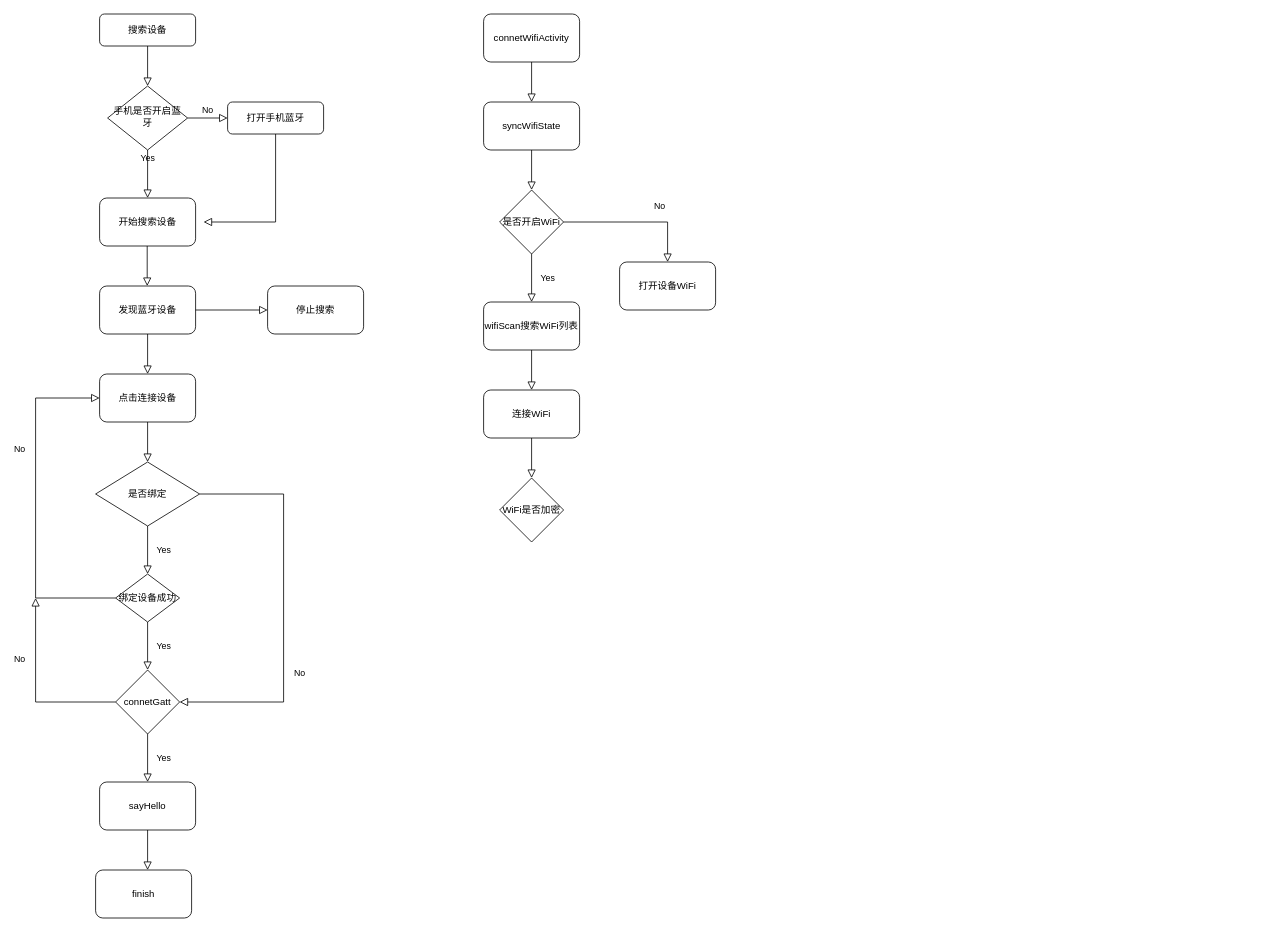
This is SR302,101物联流程图.drawio from luomingstar/test, a draw.io file, before an edit. Source tidied: cells renumbered, new cells numbered last; positions are measured from the earlier drawing's top-left corner, leaving out a move shared by most shapes. Both pictures are drawn from the tidied source at 80%, with x=0, y=0 at pixel (35, 14).
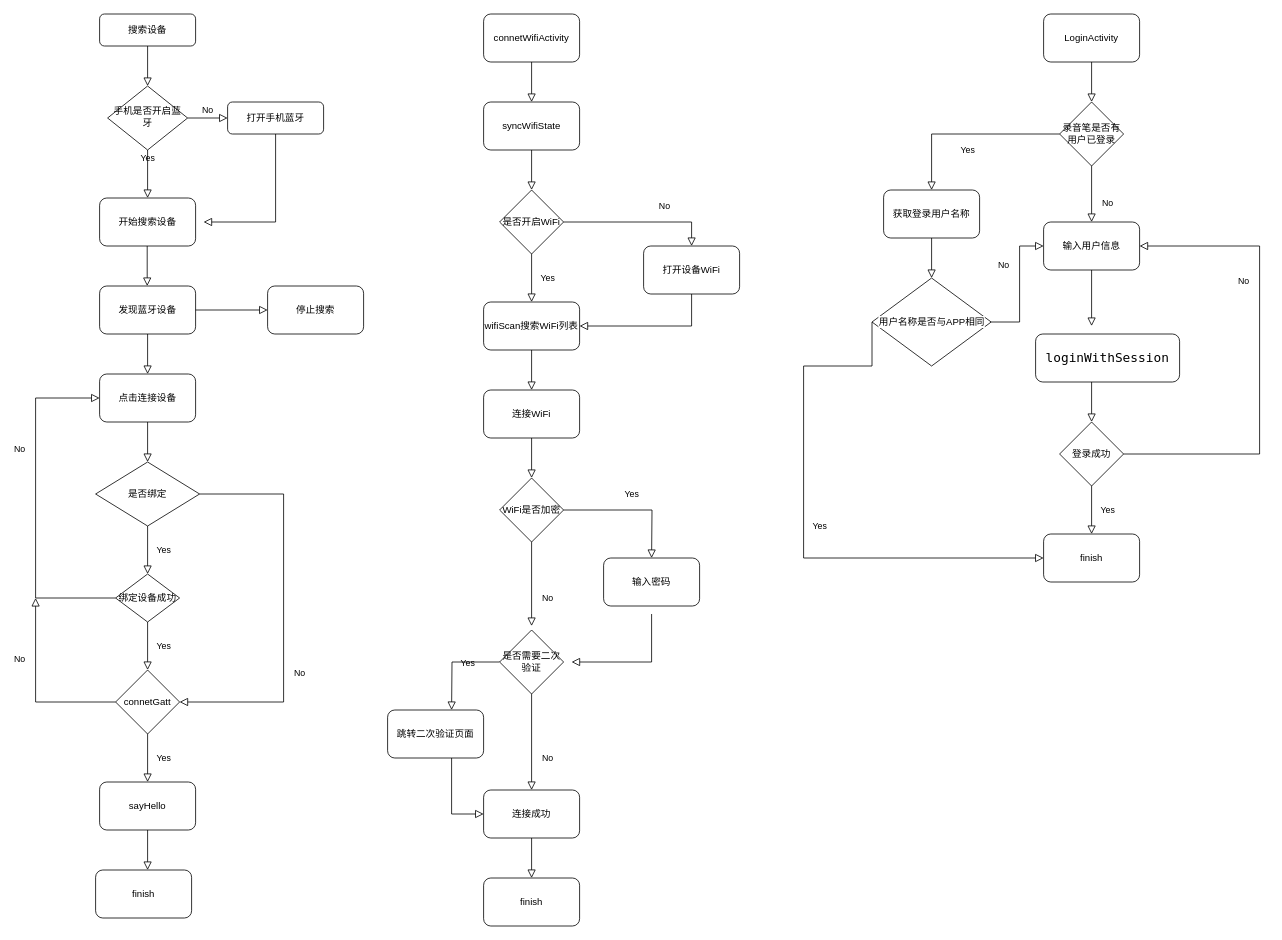
After the change.

Commit message:
更新SR302,101物联流程图.drawio

The change refers to these unchanged cells:
```xml
<mxCell id="37" value="wifiScan搜索WiFi列表" style="rounded=1;whiteSpace=wrap;html=1;" parent="1" vertex="1">
  <mxGeometry x="560" y="360" width="120" height="60" as="geometry" />
</mxCell>
<mxCell id="41" value="WiFi是否加密" style="rhombus;whiteSpace=wrap;html=1;" parent="1" vertex="1">
  <mxGeometry x="580" y="580" width="80" height="80" as="geometry" />
</mxCell>
```

Change to the diagram source:
```diff
@@
     <mxCell id="36" value="打开设备WiFi" style="rounded=1;whiteSpace=wrap;html=1;" parent="1" vertex="1">
-      <mxGeometry x="730" y="310" width="120" height="60" as="geometry" />
+      <mxGeometry x="760" y="290" width="120" height="60" as="geometry" />
     </mxCell>
@@
+    <mxCell id="42" style="rounded=0;html=1;jettySize=auto;fontSize=11;endArrow=block;endFill=0;endSize=8;strokeWidth=1;shadow=0;labelBackgroundColor=none;edgeStyle=orthogonalEdgeStyle;entryX=1;entryY=0.5;entryDx=0;entryDy=0;exitX=0.5;exitY=1;exitDx=0;exitDy=0;exitPerimeter=0;" parent="1" edge="1" source="36" target="37">
+      <mxGeometry relative="1" as="geometry">
+        <Array as="points">
+          <mxPoint x="820" y="390" />
+        </Array>
+      </mxGeometry>
+    </mxCell>
+    <mxCell id="43" value="Yes" style="rounded=0;html=1;jettySize=auto;fontSize=11;endArrow=block;endFill=0;endSize=8;strokeWidth=1;shadow=0;labelBackgroundColor=none;edgeStyle=orthogonalEdgeStyle;exitX=1;exitY=0.5;exitDx=0;exitDy=0;" parent="1" edge="1" source="41">
+      <mxGeometry y="20" relative="1" as="geometry">
+        <mxPoint x="770" y="680" as="targetPoint" />
+      </mxGeometry>
+    </mxCell>
+    <mxCell id="44" value="No" style="rounded=0;html=1;jettySize=auto;orthogonalLoop=1;fontSize=11;endArrow=block;endFill=0;endSize=8;strokeWidth=1;shadow=0;labelBackgroundColor=none;edgeStyle=orthogonalEdgeStyle;" parent="1" edge="1">
+      <mxGeometry x="0.33" y="20" relative="1" as="geometry">
+        <mxPoint x="620" y="660" as="sourcePoint" />
+        <mxPoint x="620" y="765" as="targetPoint" />
+      </mxGeometry>
+    </mxCell>
+    <mxCell id="45" value="输入密码" style="rounded=1;whiteSpace=wrap;html=1;" parent="1" vertex="1">
+      <mxGeometry x="710" y="680" width="120" height="60" as="geometry" />
+    </mxCell>
+    <mxCell id="46" value="是否需要二次验证" style="rhombus;whiteSpace=wrap;html=1;" parent="1" vertex="1">
+      <mxGeometry x="580" y="770" width="80" height="80" as="geometry" />
+    </mxCell>
+    <mxCell id="47" style="rounded=0;html=1;jettySize=auto;orthogonalLoop=1;fontSize=11;endArrow=block;endFill=0;endSize=8;strokeWidth=1;shadow=0;labelBackgroundColor=none;edgeStyle=orthogonalEdgeStyle;" parent="1" edge="1">
+      <mxGeometry relative="1" as="geometry">
+        <mxPoint x="770" y="750" as="sourcePoint" />
+        <mxPoint x="670" y="810" as="targetPoint" />
+        <Array as="points">
+          <mxPoint x="770" y="780" />
+          <mxPoint x="770" y="780" />
+        </Array>
+      </mxGeometry>
+    </mxCell>
+    <mxCell id="48" value="Yes" style="rounded=0;html=1;jettySize=auto;fontSize=11;endArrow=block;endFill=0;endSize=8;strokeWidth=1;shadow=0;labelBackgroundColor=none;edgeStyle=orthogonalEdgeStyle;exitX=0;exitY=0.5;exitDx=0;exitDy=0;" parent="1" edge="1" source="46">
+      <mxGeometry y="20" relative="1" as="geometry">
+        <mxPoint x="520" y="870" as="targetPoint" />
+      </mxGeometry>
+    </mxCell>
+    <mxCell id="49" value="No" style="rounded=0;html=1;jettySize=auto;fontSize=11;endArrow=block;endFill=0;endSize=8;strokeWidth=1;shadow=0;labelBackgroundColor=none;edgeStyle=orthogonalEdgeStyle;exitX=0.5;exitY=1;exitDx=0;exitDy=0;" parent="1" edge="1" source="46">
+      <mxGeometry x="0.33" y="20" relative="1" as="geometry">
+        <mxPoint x="620" y="970" as="targetPoint" />
+      </mxGeometry>
+    </mxCell>
+    <mxCell id="50" value="跳转二次验证页面" style="rounded=1;whiteSpace=wrap;html=1;" parent="1" vertex="1">
+      <mxGeometry x="440" y="870" width="120" height="60" as="geometry" />
+    </mxCell>
+    <mxCell id="51" value="连接成功" style="rounded=1;whiteSpace=wrap;html=1;" parent="1" vertex="1">
+      <mxGeometry x="560" y="970" width="120" height="60" as="geometry" />
+    </mxCell>
+    <mxCell id="52" style="rounded=0;html=1;jettySize=auto;fontSize=11;endArrow=block;endFill=0;endSize=8;strokeWidth=1;shadow=0;labelBackgroundColor=none;edgeStyle=orthogonalEdgeStyle;entryX=0;entryY=0.5;entryDx=0;entryDy=0;" parent="1" edge="1" target="51">
+      <mxGeometry relative="1" as="geometry">
+        <mxPoint x="520" y="930" as="sourcePoint" />
+        <Array as="points">
+          <mxPoint x="520" y="1000" />
+        </Array>
+      </mxGeometry>
+    </mxCell>
+    <mxCell id="53" style="rounded=0;html=1;jettySize=auto;orthogonalLoop=1;fontSize=11;endArrow=block;endFill=0;endSize=8;strokeWidth=1;shadow=0;labelBackgroundColor=none;edgeStyle=orthogonalEdgeStyle;" parent="1" edge="1">
+      <mxGeometry relative="1" as="geometry">
+        <mxPoint x="620" y="1030" as="sourcePoint" />
+        <mxPoint x="620" y="1080" as="targetPoint" />
+        <Array as="points">
+          <mxPoint x="620" y="1060" />
+          <mxPoint x="620" y="1060" />
+        </Array>
+      </mxGeometry>
+    </mxCell>
+    <mxCell id="54" value="finish" style="rounded=1;whiteSpace=wrap;html=1;" parent="1" vertex="1">
+      <mxGeometry x="560" y="1080" width="120" height="60" as="geometry" />
+    </mxCell>
+    <mxCell id="55" value="LoginActivity" style="rounded=1;whiteSpace=wrap;html=1;" parent="1" vertex="1">
+      <mxGeometry x="1260" width="120" height="60" as="geometry" />
+    </mxCell>
+    <mxCell id="56" style="rounded=0;html=1;jettySize=auto;orthogonalLoop=1;fontSize=11;endArrow=block;endFill=0;endSize=8;strokeWidth=1;shadow=0;labelBackgroundColor=none;edgeStyle=orthogonalEdgeStyle;" parent="1" edge="1">
+      <mxGeometry relative="1" as="geometry">
+        <mxPoint x="1320" y="60" as="sourcePoint" />
+        <mxPoint x="1320" y="110" as="targetPoint" />
+        <Array as="points">
+          <mxPoint x="1320" y="90" />
+          <mxPoint x="1320" y="90" />
+        </Array>
+      </mxGeometry>
+    </mxCell>
+    <mxCell id="57" value="录音笔是否有用户已登录" style="rhombus;whiteSpace=wrap;html=1;" parent="1" vertex="1">
+      <mxGeometry x="1280" y="110" width="80" height="80" as="geometry" />
+    </mxCell>
+    <mxCell id="58" value="No" style="rounded=0;html=1;jettySize=auto;fontSize=11;endArrow=block;endFill=0;endSize=8;strokeWidth=1;shadow=0;labelBackgroundColor=none;edgeStyle=orthogonalEdgeStyle;exitX=0.5;exitY=1;exitDx=0;exitDy=0;" parent="1" edge="1" source="57">
+      <mxGeometry x="0.33" y="20" relative="1" as="geometry">
+        <mxPoint x="1320" y="260" as="targetPoint" />
+      </mxGeometry>
+    </mxCell>
+    <mxCell id="59" value="Yes" style="rounded=0;html=1;jettySize=auto;fontSize=11;endArrow=block;endFill=0;endSize=8;strokeWidth=1;shadow=0;labelBackgroundColor=none;edgeStyle=orthogonalEdgeStyle;exitX=0;exitY=0.5;exitDx=0;exitDy=0;entryX=0.5;entryY=0;entryDx=0;entryDy=0;" parent="1" edge="1" source="57" target="60">
+      <mxGeometry y="20" relative="1" as="geometry" />
+    </mxCell>
+    <mxCell id="60" value="获取登录用户名称" style="rounded=1;whiteSpace=wrap;html=1;" parent="1" vertex="1">
+      <mxGeometry x="1060" y="220" width="120" height="60" as="geometry" />
+    </mxCell>
+    <mxCell id="61" value="&lt;pre style=&quot;font-family: &amp;#34;dejavu sans mono&amp;#34; , monospace ; font-size: 12pt&quot;&gt;&lt;span style=&quot;background-color: rgb(255 , 255 , 255)&quot;&gt;loginWithSession&lt;/span&gt;&lt;/pre&gt;" style="rounded=1;whiteSpace=wrap;html=1;" parent="1" vertex="1">
+      <mxGeometry x="1250" y="400" width="180" height="60" as="geometry" />
+    </mxCell>
+    <mxCell id="62" style="rounded=0;html=1;jettySize=auto;orthogonalLoop=1;fontSize=11;endArrow=block;endFill=0;endSize=8;strokeWidth=1;shadow=0;labelBackgroundColor=none;edgeStyle=orthogonalEdgeStyle;" parent="1" edge="1">
+      <mxGeometry relative="1" as="geometry">
+        <mxPoint x="1120" y="280" as="sourcePoint" />
+        <mxPoint x="1120" y="330" as="targetPoint" />
+        <Array as="points">
+          <mxPoint x="1120" y="310" />
+          <mxPoint x="1120" y="310" />
+        </Array>
+      </mxGeometry>
+    </mxCell>
+    <mxCell id="63" value="用户名称是否与APP相同" style="rhombus;whiteSpace=wrap;html=1;labelBackgroundColor=#FFFFFF;fontColor=#000000;" parent="1" vertex="1">
+      <mxGeometry x="1045.5" y="330" width="149" height="110" as="geometry" />
+    </mxCell>
+    <mxCell id="64" value="Yes" style="rounded=0;html=1;jettySize=auto;fontSize=11;endArrow=block;endFill=0;endSize=8;strokeWidth=1;shadow=0;labelBackgroundColor=none;edgeStyle=orthogonalEdgeStyle;entryX=0;entryY=0.5;entryDx=0;entryDy=0;exitX=0;exitY=0.5;exitDx=0;exitDy=0;" parent="1" edge="1" source="63" target="71">
+      <mxGeometry y="20" relative="1" as="geometry">
+        <Array as="points">
+          <mxPoint x="1046" y="440" />
+          <mxPoint x="960" y="440" />
+          <mxPoint x="960" y="680" />
+        </Array>
+      </mxGeometry>
+    </mxCell>
+    <mxCell id="65" style="rounded=0;html=1;jettySize=auto;orthogonalLoop=1;fontSize=11;endArrow=block;endFill=0;endSize=8;strokeWidth=1;shadow=0;labelBackgroundColor=none;edgeStyle=orthogonalEdgeStyle;" parent="1" edge="1">
+      <mxGeometry relative="1" as="geometry">
+        <mxPoint x="1320" y="460" as="sourcePoint" />
+        <mxPoint x="1320" y="510" as="targetPoint" />
+        <Array as="points">
+          <mxPoint x="1320" y="490" />
+          <mxPoint x="1320" y="490" />
+        </Array>
+      </mxGeometry>
+    </mxCell>
+    <mxCell id="66" value="登录成功" style="rhombus;whiteSpace=wrap;html=1;labelBackgroundColor=#FFFFFF;fontColor=#000000;" parent="1" vertex="1">
+      <mxGeometry x="1280" y="510" width="80" height="80" as="geometry" />
+    </mxCell>
+    <mxCell id="67" value="输入用户信息" style="rounded=1;whiteSpace=wrap;html=1;labelBackgroundColor=#FFFFFF;fontColor=#000000;" parent="1" vertex="1">
+      <mxGeometry x="1260" y="260" width="120" height="60" as="geometry" />
+    </mxCell>
+    <mxCell id="68" style="rounded=0;html=1;jettySize=auto;orthogonalLoop=1;fontSize=11;endArrow=block;endFill=0;endSize=8;strokeWidth=1;shadow=0;labelBackgroundColor=none;edgeStyle=orthogonalEdgeStyle;" parent="1" edge="1">
+      <mxGeometry relative="1" as="geometry">
+        <mxPoint x="1320" y="320" as="sourcePoint" />
+        <mxPoint x="1320" y="390" as="targetPoint" />
+      </mxGeometry>
+    </mxCell>
+    <mxCell id="69" value="No" style="rounded=0;html=1;jettySize=auto;fontSize=11;endArrow=block;endFill=0;endSize=8;strokeWidth=1;shadow=0;labelBackgroundColor=none;edgeStyle=orthogonalEdgeStyle;exitX=1;exitY=0.5;exitDx=0;exitDy=0;entryX=1;entryY=0.5;entryDx=0;entryDy=0;" parent="1" edge="1" source="66" target="67">
+      <mxGeometry x="0.33" y="20" relative="1" as="geometry">
+        <Array as="points">
+          <mxPoint x="1530" y="550" />
+          <mxPoint x="1530" y="290" />
+        </Array>
+      </mxGeometry>
+    </mxCell>
+    <mxCell id="70" value="Yes" style="rounded=0;html=1;jettySize=auto;orthogonalLoop=1;fontSize=11;endArrow=block;endFill=0;endSize=8;strokeWidth=1;shadow=0;labelBackgroundColor=none;edgeStyle=orthogonalEdgeStyle;" parent="1" edge="1">
+      <mxGeometry y="20" relative="1" as="geometry">
+        <mxPoint x="1320" y="590" as="sourcePoint" />
+        <mxPoint x="1320" y="650" as="targetPoint" />
+      </mxGeometry>
+    </mxCell>
+    <mxCell id="71" value="finish" style="rounded=1;whiteSpace=wrap;html=1;labelBackgroundColor=#FFFFFF;fontColor=#000000;" parent="1" vertex="1">
+      <mxGeometry x="1260" y="650" width="120" height="60" as="geometry" />
+    </mxCell>
+    <mxCell id="72" value="No" style="rounded=0;html=1;jettySize=auto;fontSize=11;endArrow=block;endFill=0;endSize=8;strokeWidth=1;shadow=0;labelBackgroundColor=none;edgeStyle=orthogonalEdgeStyle;entryX=0;entryY=0.5;entryDx=0;entryDy=0;exitX=1;exitY=0.5;exitDx=0;exitDy=0;" parent="1" edge="1" source="63" target="67">
+      <mxGeometry x="0.33" y="20" relative="1" as="geometry">
+        <Array as="points">
+          <mxPoint x="1230" y="385" />
+          <mxPoint x="1230" y="290" />
+        </Array>
+      </mxGeometry>
+    </mxCell>
```
